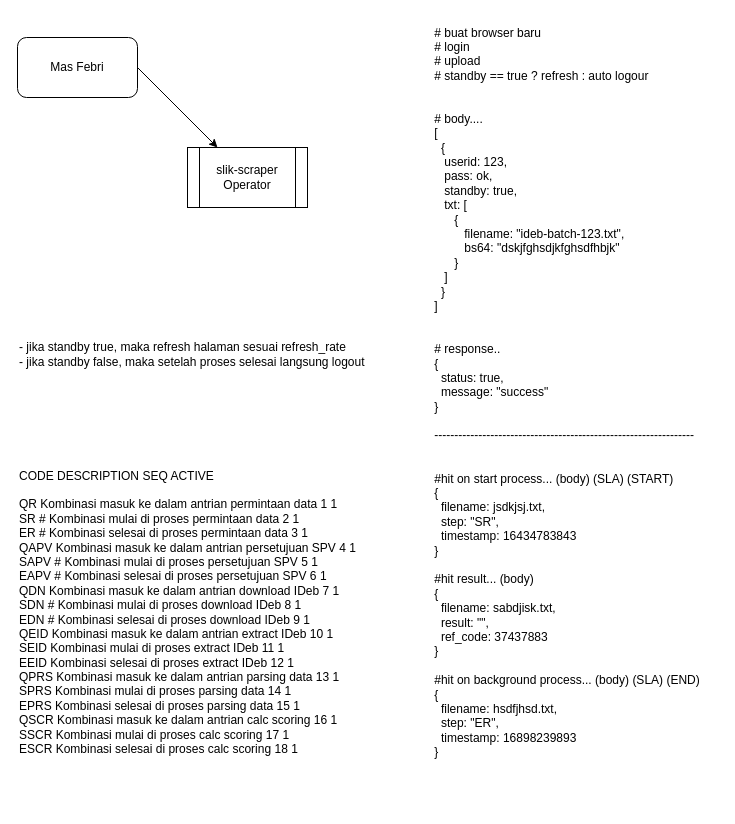
jefripunza/cloufina-assets keeps this draw.io diagram as Untitled Diagram.drawio. Above is the earlier version. Source tidied: cells renumbered, new cells numbered last; positions are measured from the earlier drawing's top-left corner, leaving out a move shared by most shapes. Both pictures are drawn from the tidied source at 100%, with x=0, y=0 at pixel (17, 17).
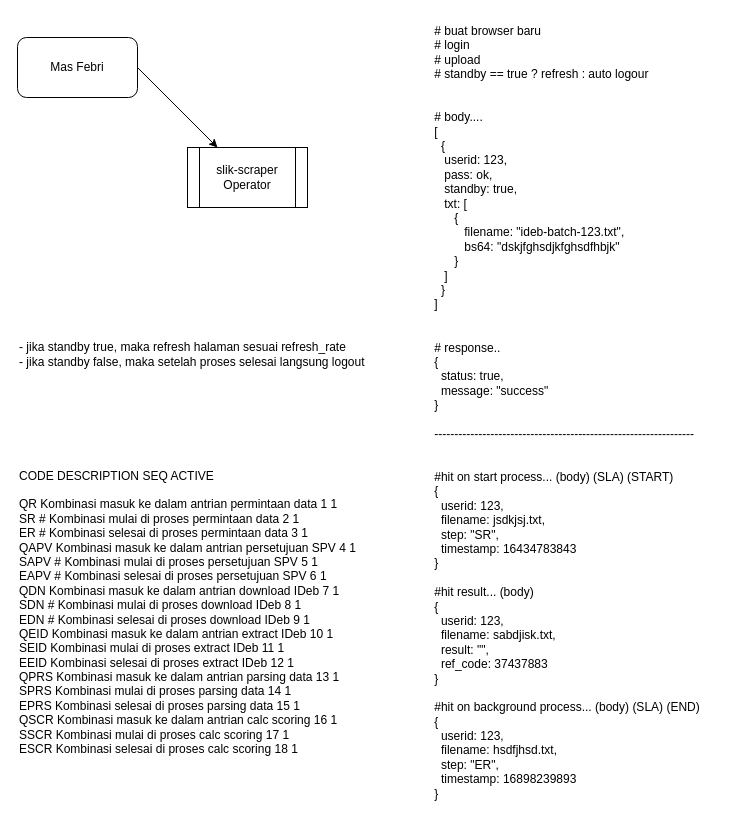
The same diagram, later.

The edit, as a diff of the source:
```diff
@@
 <mxGraphModel>
   <root>
     <mxCell id="0" />
     <mxCell id="1" parent="0" />
     <mxCell id="2" value="slik-scraper&lt;br&gt;Operator" style="shape=process;whiteSpace=wrap;html=1;backgroundOutline=1;" parent="1" vertex="1">
       <mxGeometry x="170" y="130" width="120" height="60" as="geometry" />
     </mxCell>
     <mxCell id="3" value="Mas Febri" style="rounded=1;whiteSpace=wrap;html=1;" parent="1" vertex="1">
       <mxGeometry y="20" width="120" height="60" as="geometry" />
     </mxCell>
     <mxCell id="4" style="endArrow=classic;html=1;rounded=0;exitX=1;exitY=0.5;exitDx=0;exitDy=0;" parent="1" edge="1" source="3" target="2">
       <mxGeometry relative="1" as="geometry" />
     </mxCell>
-    <mxCell id="5" value="&lt;div style=&quot;text-align: left;&quot;&gt;&lt;span style=&quot;background-color: initial;&quot;&gt;# buat browser baru&lt;/span&gt;&lt;/div&gt;&lt;div style=&quot;text-align: left;&quot;&gt;&lt;span style=&quot;background-color: initial;&quot;&gt;# login&lt;/span&gt;&lt;/div&gt;&lt;div style=&quot;text-align: left;&quot;&gt;&lt;span style=&quot;background-color: initial;&quot;&gt;# upload&lt;/span&gt;&lt;/div&gt;&lt;div style=&quot;text-align: left;&quot;&gt;&lt;span style=&quot;background-color: initial;&quot;&gt;# standby == true ? refresh : auto logour&lt;/span&gt;&lt;/div&gt;&lt;div style=&quot;text-align: left;&quot;&gt;&lt;span style=&quot;background-color: initial;&quot;&gt;&lt;br&gt;&lt;/span&gt;&lt;/div&gt;&lt;div style=&quot;text-align: left;&quot;&gt;&lt;span style=&quot;background-color: initial;&quot;&gt;&lt;br&gt;&lt;/span&gt;&lt;/div&gt;&lt;div style=&quot;text-align: left;&quot;&gt;&lt;span style=&quot;background-color: initial;&quot;&gt;# body....&lt;/span&gt;&lt;/div&gt;&lt;div style=&quot;text-align: left;&quot;&gt;&lt;span style=&quot;background-color: initial;&quot;&gt;[&lt;/span&gt;&lt;/div&gt;&lt;div style=&quot;text-align: left;&quot;&gt;&lt;span style=&quot;background-color: initial;&quot;&gt;&amp;nbsp; {&lt;/span&gt;&lt;/div&gt;&lt;div style=&quot;text-align: left;&quot;&gt;&lt;span style=&quot;background-color: initial;&quot;&gt;&amp;nbsp; &amp;nbsp;userid: 123,&lt;/span&gt;&lt;/div&gt;&lt;div style=&quot;text-align: left;&quot;&gt;&lt;span style=&quot;background-color: initial;&quot;&gt;&amp;nbsp; &amp;nbsp;pass: ok,&lt;/span&gt;&lt;/div&gt;&lt;div style=&quot;text-align: left;&quot;&gt;&lt;span style=&quot;background-color: initial;&quot;&gt;&amp;nbsp; &amp;nbsp;standby: true,&lt;/span&gt;&lt;/div&gt;&lt;div style=&quot;text-align: left;&quot;&gt;&lt;span style=&quot;background-color: initial;&quot;&gt;&amp;nbsp; &amp;nbsp;txt: [&lt;/span&gt;&lt;/div&gt;&lt;div style=&quot;text-align: left;&quot;&gt;&lt;span style=&quot;background-color: initial;&quot;&gt;&amp;nbsp; &amp;nbsp; &amp;nbsp; {&lt;/span&gt;&lt;/div&gt;&lt;div style=&quot;text-align: left;&quot;&gt;&lt;span style=&quot;background-color: initial;&quot;&gt;&amp;nbsp; &amp;nbsp; &amp;nbsp; &amp;nbsp; &amp;nbsp;filename: &quot;ideb-batch-123.txt&quot;,&lt;/span&gt;&lt;/div&gt;&lt;div style=&quot;text-align: left;&quot;&gt;&lt;span style=&quot;background-color: initial;&quot;&gt;&amp;nbsp; &amp;nbsp; &amp;nbsp; &amp;nbsp; &amp;nbsp;bs64: &quot;dskjfghsdjkfghsdfhbjk&quot;&lt;/span&gt;&lt;/div&gt;&lt;div style=&quot;text-align: left;&quot;&gt;&lt;span style=&quot;background-color: initial;&quot;&gt;&amp;nbsp; &amp;nbsp; &amp;nbsp; }&lt;/span&gt;&lt;/div&gt;&lt;div style=&quot;text-align: left;&quot;&gt;&lt;span style=&quot;background-color: initial;&quot;&gt;&amp;nbsp; &amp;nbsp;]&lt;/span&gt;&lt;/div&gt;&lt;div style=&quot;text-align: left;&quot;&gt;&lt;span style=&quot;background-color: initial;&quot;&gt;&amp;nbsp; }&lt;/span&gt;&lt;/div&gt;&lt;div style=&quot;text-align: left;&quot;&gt;&lt;span style=&quot;background-color: initial;&quot;&gt;]&lt;/span&gt;&lt;/div&gt;&lt;div style=&quot;text-align: left;&quot;&gt;&lt;span style=&quot;background-color: initial;&quot;&gt;&lt;br&gt;&lt;/span&gt;&lt;/div&gt;&lt;div style=&quot;text-align: left;&quot;&gt;&lt;span style=&quot;background-color: initial;&quot;&gt;&lt;br&gt;&lt;/span&gt;&lt;/div&gt;&lt;div style=&quot;text-align: left;&quot;&gt;&lt;span style=&quot;background-color: initial;&quot;&gt;# response..&lt;/span&gt;&lt;/div&gt;&lt;div style=&quot;text-align: left;&quot;&gt;&lt;span style=&quot;background-color: initial;&quot;&gt;{&lt;/span&gt;&lt;/div&gt;&lt;div style=&quot;text-align: left;&quot;&gt;&lt;span style=&quot;background-color: initial;&quot;&gt;&amp;nbsp; status: true,&lt;/span&gt;&lt;/div&gt;&lt;div style=&quot;text-align: left;&quot;&gt;&lt;span style=&quot;background-color: initial;&quot;&gt;&amp;nbsp; message: &quot;success&quot;&lt;/span&gt;&lt;/div&gt;&lt;div style=&quot;text-align: left;&quot;&gt;&lt;span style=&quot;background-color: initial;&quot;&gt;}&lt;/span&gt;&lt;/div&gt;&lt;div style=&quot;text-align: left;&quot;&gt;&lt;span style=&quot;background-color: initial;&quot;&gt;&lt;br&gt;&lt;/span&gt;&lt;/div&gt;&lt;div style=&quot;text-align: left;&quot;&gt;&lt;span style=&quot;background-color: initial;&quot;&gt;-----------------------------------------------------------------&lt;/span&gt;&lt;/div&gt;&lt;div style=&quot;text-align: left;&quot;&gt;&lt;span style=&quot;background-color: initial;&quot;&gt;&lt;br&gt;&lt;/span&gt;&lt;/div&gt;&lt;div style=&quot;text-align: left;&quot;&gt;&lt;span style=&quot;background-color: initial;&quot;&gt;&lt;br&gt;&lt;/span&gt;&lt;/div&gt;&lt;div style=&quot;text-align: left;&quot;&gt;&lt;span style=&quot;background-color: initial;&quot;&gt;#hit on start process... (body) (SLA) (START)&lt;/span&gt;&lt;/div&gt;&lt;div style=&quot;text-align: left;&quot;&gt;&lt;span style=&quot;background-color: initial;&quot;&gt;{&lt;/span&gt;&lt;/div&gt;&lt;div style=&quot;text-align: left;&quot;&gt;&amp;nbsp; filename: jsdkjsj.txt,&lt;/div&gt;&lt;div style=&quot;text-align: left;&quot;&gt;&amp;nbsp; step: &quot;SR&quot;,&lt;/div&gt;&lt;div style=&quot;text-align: left;&quot;&gt;&amp;nbsp; timestamp: 16434783843&lt;/div&gt;&lt;div style=&quot;text-align: left;&quot;&gt;&lt;span style=&quot;background-color: initial;&quot;&gt;}&lt;/span&gt;&lt;/div&gt;&lt;div style=&quot;text-align: left;&quot;&gt;&lt;span style=&quot;background-color: initial;&quot;&gt;&lt;br&gt;&lt;/span&gt;&lt;/div&gt;&lt;div style=&quot;text-align: left;&quot;&gt;&lt;span style=&quot;background-color: initial;&quot;&gt;#hit result... (body)&lt;/span&gt;&lt;/div&gt;&lt;div style=&quot;text-align: left;&quot;&gt;&lt;span style=&quot;background-color: initial;&quot;&gt;{&lt;/span&gt;&lt;/div&gt;&lt;div style=&quot;text-align: left;&quot;&gt;&lt;span style=&quot;background-color: initial;&quot;&gt;&amp;nbsp; filename: sabdjisk.txt,&lt;/span&gt;&lt;/div&gt;&lt;div style=&quot;text-align: left;&quot;&gt;&amp;nbsp; result: &quot;&quot;,&lt;/div&gt;&lt;div style=&quot;text-align: left;&quot;&gt;&lt;span style=&quot;background-color: initial;&quot;&gt;&amp;nbsp; ref_code: 37437883&lt;/span&gt;&lt;/div&gt;&lt;div style=&quot;text-align: left;&quot;&gt;&lt;span style=&quot;background-color: initial;&quot;&gt;}&lt;/span&gt;&lt;/div&gt;&lt;div style=&quot;text-align: left;&quot;&gt;&lt;span style=&quot;background-color: initial;&quot;&gt;&lt;br&gt;&lt;/span&gt;&lt;/div&gt;&lt;div style=&quot;text-align: left;&quot;&gt;&lt;span style=&quot;background-color: initial;&quot;&gt;#hit on background process... (body) (SLA) (END)&lt;/span&gt;&lt;/div&gt;&lt;div style=&quot;text-align: left;&quot;&gt;&lt;span style=&quot;background-color: initial;&quot;&gt;{&lt;/span&gt;&lt;/div&gt;&lt;div style=&quot;text-align: left;&quot;&gt;&lt;span style=&quot;background-color: initial;&quot;&gt;&amp;nbsp; filename: hsdfjhsd.txt,&lt;/span&gt;&lt;/div&gt;&lt;div style=&quot;text-align: left;&quot;&gt;&lt;span style=&quot;background-color: initial;&quot;&gt;&amp;nbsp; step: &quot;ER&quot;,&lt;/span&gt;&lt;/div&gt;&lt;div style=&quot;text-align: left;&quot;&gt;&lt;span style=&quot;background-color: initial;&quot;&gt;&amp;nbsp; timestamp: 16898239893&lt;/span&gt;&lt;/div&gt;&lt;div style=&quot;text-align: left;&quot;&gt;&lt;span style=&quot;background-color: initial;&quot;&gt;}&lt;/span&gt;&lt;/div&gt;" style="text;html=1;strokeColor=none;fillColor=none;align=center;verticalAlign=middle;whiteSpace=wrap;rounded=0;" parent="1" vertex="1">
-      <mxGeometry x="400" width="300" height="750" as="geometry" />
+    <mxCell id="5" value="&lt;div style=&quot;text-align: left;&quot;&gt;&lt;span style=&quot;background-color: initial;&quot;&gt;# buat browser baru&lt;/span&gt;&lt;/div&gt;&lt;div style=&quot;text-align: left;&quot;&gt;&lt;span style=&quot;background-color: initial;&quot;&gt;# login&lt;/span&gt;&lt;/div&gt;&lt;div style=&quot;text-align: left;&quot;&gt;&lt;span style=&quot;background-color: initial;&quot;&gt;# upload&lt;/span&gt;&lt;/div&gt;&lt;div style=&quot;text-align: left;&quot;&gt;&lt;span style=&quot;background-color: initial;&quot;&gt;# standby == true ? refresh : auto logour&lt;/span&gt;&lt;/div&gt;&lt;div style=&quot;text-align: left;&quot;&gt;&lt;span style=&quot;background-color: initial;&quot;&gt;&lt;br&gt;&lt;/span&gt;&lt;/div&gt;&lt;div style=&quot;text-align: left;&quot;&gt;&lt;span style=&quot;background-color: initial;&quot;&gt;&lt;br&gt;&lt;/span&gt;&lt;/div&gt;&lt;div style=&quot;text-align: left;&quot;&gt;&lt;span style=&quot;background-color: initial;&quot;&gt;# body....&lt;/span&gt;&lt;/div&gt;&lt;div style=&quot;text-align: left;&quot;&gt;&lt;span style=&quot;background-color: initial;&quot;&gt;[&lt;/span&gt;&lt;/div&gt;&lt;div style=&quot;text-align: left;&quot;&gt;&lt;span style=&quot;background-color: initial;&quot;&gt;&amp;nbsp; {&lt;/span&gt;&lt;/div&gt;&lt;div style=&quot;text-align: left;&quot;&gt;&lt;span style=&quot;background-color: initial;&quot;&gt;&amp;nbsp; &amp;nbsp;userid: 123,&lt;/span&gt;&lt;/div&gt;&lt;div style=&quot;text-align: left;&quot;&gt;&lt;span style=&quot;background-color: initial;&quot;&gt;&amp;nbsp; &amp;nbsp;pass: ok,&lt;/span&gt;&lt;/div&gt;&lt;div style=&quot;text-align: left;&quot;&gt;&lt;span style=&quot;background-color: initial;&quot;&gt;&amp;nbsp; &amp;nbsp;standby: true,&lt;/span&gt;&lt;/div&gt;&lt;div style=&quot;text-align: left;&quot;&gt;&lt;span style=&quot;background-color: initial;&quot;&gt;&amp;nbsp; &amp;nbsp;txt: [&lt;/span&gt;&lt;/div&gt;&lt;div style=&quot;text-align: left;&quot;&gt;&lt;span style=&quot;background-color: initial;&quot;&gt;&amp;nbsp; &amp;nbsp; &amp;nbsp; {&lt;/span&gt;&lt;/div&gt;&lt;div style=&quot;text-align: left;&quot;&gt;&lt;span style=&quot;background-color: initial;&quot;&gt;&amp;nbsp; &amp;nbsp; &amp;nbsp; &amp;nbsp; &amp;nbsp;filename: &quot;ideb-batch-123.txt&quot;,&lt;/span&gt;&lt;/div&gt;&lt;div style=&quot;text-align: left;&quot;&gt;&lt;span style=&quot;background-color: initial;&quot;&gt;&amp;nbsp; &amp;nbsp; &amp;nbsp; &amp;nbsp; &amp;nbsp;bs64: &quot;dskjfghsdjkfghsdfhbjk&quot;&lt;/span&gt;&lt;/div&gt;&lt;div style=&quot;text-align: left;&quot;&gt;&lt;span style=&quot;background-color: initial;&quot;&gt;&amp;nbsp; &amp;nbsp; &amp;nbsp; }&lt;/span&gt;&lt;/div&gt;&lt;div style=&quot;text-align: left;&quot;&gt;&lt;span style=&quot;background-color: initial;&quot;&gt;&amp;nbsp; &amp;nbsp;]&lt;/span&gt;&lt;/div&gt;&lt;div style=&quot;text-align: left;&quot;&gt;&lt;span style=&quot;background-color: initial;&quot;&gt;&amp;nbsp; }&lt;/span&gt;&lt;/div&gt;&lt;div style=&quot;text-align: left;&quot;&gt;&lt;span style=&quot;background-color: initial;&quot;&gt;]&lt;/span&gt;&lt;/div&gt;&lt;div style=&quot;text-align: left;&quot;&gt;&lt;span style=&quot;background-color: initial;&quot;&gt;&lt;br&gt;&lt;/span&gt;&lt;/div&gt;&lt;div style=&quot;text-align: left;&quot;&gt;&lt;span style=&quot;background-color: initial;&quot;&gt;&lt;br&gt;&lt;/span&gt;&lt;/div&gt;&lt;div style=&quot;text-align: left;&quot;&gt;&lt;span style=&quot;background-color: initial;&quot;&gt;# response..&lt;/span&gt;&lt;/div&gt;&lt;div style=&quot;text-align: left;&quot;&gt;&lt;span style=&quot;background-color: initial;&quot;&gt;{&lt;/span&gt;&lt;/div&gt;&lt;div style=&quot;text-align: left;&quot;&gt;&lt;span style=&quot;background-color: initial;&quot;&gt;&amp;nbsp; status: true,&lt;/span&gt;&lt;/div&gt;&lt;div style=&quot;text-align: left;&quot;&gt;&lt;span style=&quot;background-color: initial;&quot;&gt;&amp;nbsp; message: &quot;success&quot;&lt;/span&gt;&lt;/div&gt;&lt;div style=&quot;text-align: left;&quot;&gt;&lt;span style=&quot;background-color: initial;&quot;&gt;}&lt;/span&gt;&lt;/div&gt;&lt;div style=&quot;text-align: left;&quot;&gt;&lt;span style=&quot;background-color: initial;&quot;&gt;&lt;br&gt;&lt;/span&gt;&lt;/div&gt;&lt;div style=&quot;text-align: left;&quot;&gt;&lt;span style=&quot;background-color: initial;&quot;&gt;-----------------------------------------------------------------&lt;/span&gt;&lt;/div&gt;&lt;div style=&quot;text-align: left;&quot;&gt;&lt;span style=&quot;background-color: initial;&quot;&gt;&lt;br&gt;&lt;/span&gt;&lt;/div&gt;&lt;div style=&quot;text-align: left;&quot;&gt;&lt;span style=&quot;background-color: initial;&quot;&gt;&lt;br&gt;&lt;/span&gt;&lt;/div&gt;&lt;div style=&quot;text-align: left;&quot;&gt;&lt;span style=&quot;background-color: initial;&quot;&gt;#hit on start process... (body) (SLA) (START)&lt;/span&gt;&lt;/div&gt;&lt;div style=&quot;text-align: left;&quot;&gt;&lt;span style=&quot;background-color: initial;&quot;&gt;{&lt;/span&gt;&lt;/div&gt;&lt;div style=&quot;text-align: left;&quot;&gt;&lt;span style=&quot;background-color: initial;&quot;&gt;&amp;nbsp; userid: 123,&lt;/span&gt;&lt;/div&gt;&lt;div style=&quot;text-align: left;&quot;&gt;&amp;nbsp; filename: jsdkjsj.txt,&lt;/div&gt;&lt;div style=&quot;text-align: left;&quot;&gt;&amp;nbsp; step: &quot;SR&quot;,&lt;/div&gt;&lt;div style=&quot;text-align: left;&quot;&gt;&amp;nbsp; timestamp: 16434783843&lt;/div&gt;&lt;div style=&quot;text-align: left;&quot;&gt;&lt;span style=&quot;background-color: initial;&quot;&gt;}&lt;/span&gt;&lt;/div&gt;&lt;div style=&quot;text-align: left;&quot;&gt;&lt;span style=&quot;background-color: initial;&quot;&gt;&lt;br&gt;&lt;/span&gt;&lt;/div&gt;&lt;div style=&quot;text-align: left;&quot;&gt;&lt;span style=&quot;background-color: initial;&quot;&gt;#hit result... (body)&lt;/span&gt;&lt;/div&gt;&lt;div style=&quot;text-align: left;&quot;&gt;&lt;span style=&quot;background-color: initial;&quot;&gt;{&lt;/span&gt;&lt;/div&gt;&lt;div style=&quot;text-align: left;&quot;&gt;&lt;span style=&quot;background-color: initial;&quot;&gt;&amp;nbsp; userid: 123,&lt;/span&gt;&lt;/div&gt;&lt;div style=&quot;text-align: left;&quot;&gt;&lt;span style=&quot;background-color: initial;&quot;&gt;&amp;nbsp; filename: sabdjisk.txt,&lt;/span&gt;&lt;/div&gt;&lt;div style=&quot;text-align: left;&quot;&gt;&amp;nbsp; result: &quot;&quot;,&lt;/div&gt;&lt;div style=&quot;text-align: left;&quot;&gt;&lt;span style=&quot;background-color: initial;&quot;&gt;&amp;nbsp; ref_code: 37437883&lt;/span&gt;&lt;/div&gt;&lt;div style=&quot;text-align: left;&quot;&gt;&lt;span style=&quot;background-color: initial;&quot;&gt;}&lt;/span&gt;&lt;/div&gt;&lt;div style=&quot;text-align: left;&quot;&gt;&lt;span style=&quot;background-color: initial;&quot;&gt;&lt;br&gt;&lt;/span&gt;&lt;/div&gt;&lt;div style=&quot;text-align: left;&quot;&gt;&lt;span style=&quot;background-color: initial;&quot;&gt;#hit on background process... (body) (SLA) (END)&lt;/span&gt;&lt;/div&gt;&lt;div style=&quot;text-align: left;&quot;&gt;&lt;span style=&quot;background-color: initial;&quot;&gt;{&lt;/span&gt;&lt;/div&gt;&lt;div style=&quot;text-align: left;&quot;&gt;&lt;span style=&quot;background-color: initial;&quot;&gt;&amp;nbsp; userid: 123,&lt;/span&gt;&lt;/div&gt;&lt;div style=&quot;text-align: left;&quot;&gt;&lt;span style=&quot;background-color: initial;&quot;&gt;&amp;nbsp; filename: hsdfjhsd.txt,&lt;/span&gt;&lt;/div&gt;&lt;div style=&quot;text-align: left;&quot;&gt;&lt;span style=&quot;background-color: initial;&quot;&gt;&amp;nbsp; step: &quot;ER&quot;,&lt;/span&gt;&lt;/div&gt;&lt;div style=&quot;text-align: left;&quot;&gt;&lt;span style=&quot;background-color: initial;&quot;&gt;&amp;nbsp; timestamp: 16898239893&lt;/span&gt;&lt;/div&gt;&lt;div style=&quot;text-align: left;&quot;&gt;&lt;span style=&quot;background-color: initial;&quot;&gt;}&lt;/span&gt;&lt;/div&gt;" style="text;html=1;strokeColor=none;fillColor=none;align=center;verticalAlign=middle;whiteSpace=wrap;rounded=0;" parent="1" vertex="1">
+      <mxGeometry x="400" width="300" height="790" as="geometry" />
     </mxCell>
     <mxCell id="6" value="&lt;br&gt;- jika standby true, maka refresh halaman sesuai refresh_rate&lt;br&gt;- jika standby false, maka setelah proses selesai langsung logout" style="text;html=1;strokeColor=none;fillColor=none;align=left;verticalAlign=middle;whiteSpace=wrap;rounded=0;" parent="1" vertex="1">
       <mxGeometry y="260" width="360" height="140" as="geometry" />
     </mxCell>
     <mxCell id="7" value="&lt;div&gt;CODE&lt;span style=&quot;&quot;&gt; &lt;/span&gt;DESCRIPTION&lt;span style=&quot;&quot;&gt; &lt;/span&gt;SEQ&lt;span style=&quot;&quot;&gt; &lt;/span&gt;ACTIVE&lt;/div&gt;&lt;div&gt;&lt;br&gt;&lt;/div&gt;&lt;div&gt;QR&lt;span style=&quot;&quot;&gt; &lt;/span&gt;Kombinasi masuk ke dalam antrian permintaan data&lt;span style=&quot;&quot;&gt; &lt;/span&gt;1&lt;span style=&quot;&quot;&gt; &lt;/span&gt;1&lt;/div&gt;&lt;div&gt;SR #&lt;span style=&quot;&quot;&gt; &lt;/span&gt;Kombinasi mulai di proses permintaan data&lt;span style=&quot;&quot;&gt; &lt;/span&gt;2&lt;span style=&quot;&quot;&gt; &lt;/span&gt;1&lt;/div&gt;&lt;div&gt;ER #&lt;span style=&quot;&quot;&gt; &lt;/span&gt;Kombinasi selesai di proses permintaan data&lt;span style=&quot;&quot;&gt; &lt;/span&gt;3&lt;span style=&quot;&quot;&gt; &lt;/span&gt;1&lt;/div&gt;&lt;div&gt;QAPV&lt;span style=&quot;&quot;&gt; &lt;/span&gt;Kombinasi masuk ke dalam antrian persetujuan SPV&lt;span style=&quot;&quot;&gt; &lt;/span&gt;4&lt;span style=&quot;&quot;&gt; &lt;/span&gt;1&lt;/div&gt;&lt;div&gt;SAPV #&lt;span style=&quot;&quot;&gt; &lt;/span&gt;Kombinasi mulai di proses persetujuan SPV&lt;span style=&quot;&quot;&gt; &lt;/span&gt;5&lt;span style=&quot;&quot;&gt; &lt;/span&gt;1&lt;/div&gt;&lt;div&gt;EAPV #&lt;span style=&quot;&quot;&gt; &lt;/span&gt;Kombinasi selesai di proses persetujuan SPV&lt;span style=&quot;&quot;&gt; &lt;/span&gt;6&lt;span style=&quot;&quot;&gt; &lt;/span&gt;1&lt;/div&gt;&lt;div&gt;QDN&lt;span style=&quot;&quot;&gt; &lt;/span&gt;Kombinasi masuk ke dalam antrian download IDeb&lt;span style=&quot;&quot;&gt; &lt;/span&gt;7&lt;span style=&quot;&quot;&gt; &lt;/span&gt;1&lt;/div&gt;&lt;div&gt;SDN #&lt;span style=&quot;&quot;&gt; &lt;/span&gt;Kombinasi mulai di proses download IDeb&lt;span style=&quot;&quot;&gt; &lt;/span&gt;8&lt;span style=&quot;&quot;&gt; &lt;/span&gt;1&lt;/div&gt;&lt;div&gt;EDN #&lt;span style=&quot;&quot;&gt; &lt;/span&gt;Kombinasi selesai di proses download IDeb&lt;span style=&quot;&quot;&gt; &lt;/span&gt;9&lt;span style=&quot;&quot;&gt; &lt;/span&gt;1&lt;/div&gt;&lt;div&gt;QEID&lt;span style=&quot;&quot;&gt; &lt;/span&gt;Kombinasi masuk ke dalam antrian extract IDeb&lt;span style=&quot;&quot;&gt; &lt;/span&gt;10&lt;span style=&quot;&quot;&gt; &lt;/span&gt;1&lt;/div&gt;&lt;div&gt;SEID&lt;span style=&quot;&quot;&gt; &lt;/span&gt;Kombinasi mulai di proses extract IDeb&lt;span style=&quot;&quot;&gt; &lt;/span&gt;11&lt;span style=&quot;&quot;&gt; &lt;/span&gt;1&lt;/div&gt;&lt;div&gt;EEID&lt;span style=&quot;&quot;&gt; &lt;/span&gt;Kombinasi selesai di proses extract IDeb&lt;span style=&quot;&quot;&gt; &lt;/span&gt;12&lt;span style=&quot;&quot;&gt; &lt;/span&gt;1&lt;/div&gt;&lt;div&gt;QPRS&lt;span style=&quot;&quot;&gt; &lt;/span&gt;Kombinasi masuk ke dalam antrian parsing data&lt;span style=&quot;&quot;&gt; &lt;/span&gt;13&lt;span style=&quot;&quot;&gt; &lt;/span&gt;1&lt;/div&gt;&lt;div&gt;SPRS&lt;span style=&quot;&quot;&gt; &lt;/span&gt;Kombinasi mulai di proses parsing data&lt;span style=&quot;&quot;&gt; &lt;/span&gt;14&lt;span style=&quot;&quot;&gt; &lt;/span&gt;1&lt;/div&gt;&lt;div&gt;EPRS&lt;span style=&quot;&quot;&gt; &lt;/span&gt;Kombinasi selesai di proses parsing data&lt;span style=&quot;&quot;&gt; &lt;/span&gt;15&lt;span style=&quot;&quot;&gt; &lt;/span&gt;1&lt;/div&gt;&lt;div&gt;QSCR&lt;span style=&quot;&quot;&gt; &lt;/span&gt;Kombinasi masuk ke dalam antrian calc scoring&lt;span style=&quot;&quot;&gt; &lt;/span&gt;16&lt;span style=&quot;&quot;&gt; &lt;/span&gt;1&lt;/div&gt;&lt;div&gt;SSCR&lt;span style=&quot;&quot;&gt; &lt;/span&gt;Kombinasi mulai di proses calc scoring&lt;span style=&quot;&quot;&gt; &lt;/span&gt;17&lt;span style=&quot;&quot;&gt; &lt;/span&gt;1&lt;/div&gt;&lt;div style=&quot;&quot;&gt;ESCR&lt;span style=&quot;&quot;&gt; &lt;/span&gt;Kombinasi selesai di proses calc scoring&lt;span style=&quot;&quot;&gt; &lt;/span&gt;18&lt;span style=&quot;&quot;&gt; &lt;/span&gt;1&lt;/div&gt;" style="text;html=1;strokeColor=none;fillColor=none;align=left;verticalAlign=middle;whiteSpace=wrap;rounded=0;" parent="1" vertex="1">
       <mxGeometry y="430" width="350" height="330" as="geometry" />
     </mxCell>
   </root>
 </mxGraphModel>
```
